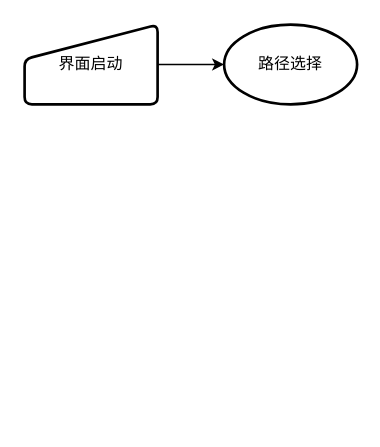
Earlier version of the draw.io diagram extract_ir_frame_architecture.drawio (paleblackless/diagrams). Source tidied: cells renumbered, new cells numbered last; positions are measured from the earlier drawing's top-left corner, leaving out a move shared by most shapes. Both pictures are drawn from the tidied source at 133%, with x=0, y=0 at pixel (24, 24).
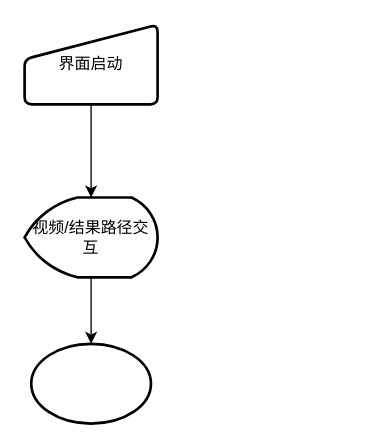
The same page after the edit.

Diff of the diagram source:
```diff
@@
 <mxGraphModel>
   <root>
     <mxCell id="0" />
     <mxCell id="1" parent="0" />
-    <mxCell id="2" value="路径选择" style="strokeWidth=2;html=1;shape=mxgraph.flowchart.start_1;whiteSpace=wrap;" parent="1" vertex="1">
-      <mxGeometry x="150" width="100" height="60" as="geometry" />
-    </mxCell>
-    <mxCell id="3" style="edgeStyle=orthogonalEdgeStyle;rounded=0;jettySize=auto;html=1;exitX=1;exitY=0.5;exitDx=0;exitDy=0;entryX=0;entryY=0.5;entryDx=0;entryDy=0;entryPerimeter=0;" parent="1" edge="1" source="4" target="2">
-      <mxGeometry relative="1" as="geometry" />
-    </mxCell>
+    <mxCell id="5" style="edgeStyle=orthogonalEdgeStyle;rounded=0;jettySize=auto;html=1;exitX=0.5;exitY=1;exitDx=0;exitDy=0;entryX=0.5;entryY=0;entryDx=0;entryDy=0;entryPerimeter=0;" parent="1" edge="1" source="4" target="7">
+      <mxGeometry relative="1" as="geometry" />
+    </mxCell>
     <mxCell id="4" value="界面启动" style="html=1;strokeWidth=2;shape=manualInput;whiteSpace=wrap;rounded=1;size=26;arcSize=11;" parent="1" vertex="1">
       <mxGeometry width="100" height="60" as="geometry" />
     </mxCell>
+    <mxCell id="6" style="edgeStyle=orthogonalEdgeStyle;rounded=0;jettySize=auto;html=1;exitX=0.5;exitY=1;exitDx=0;exitDy=0;exitPerimeter=0;entryX=0.5;entryY=0;entryDx=0;entryDy=0;entryPerimeter=0;" parent="1" edge="1" source="7" target="8">
+      <mxGeometry relative="1" as="geometry" />
+    </mxCell>
+    <mxCell id="7" value="视频/结果路径交互" style="strokeWidth=2;html=1;shape=mxgraph.flowchart.display;whiteSpace=wrap;" parent="1" vertex="1">
+      <mxGeometry y="130" width="100" height="60" as="geometry" />
+    </mxCell>
+    <mxCell id="8" style="strokeWidth=2;html=1;shape=mxgraph.flowchart.start_2;whiteSpace=wrap;" parent="1" vertex="1">
+      <mxGeometry x="5" y="240" width="90" height="60" as="geometry" />
+    </mxCell>
   </root>
 </mxGraphModel>
```
